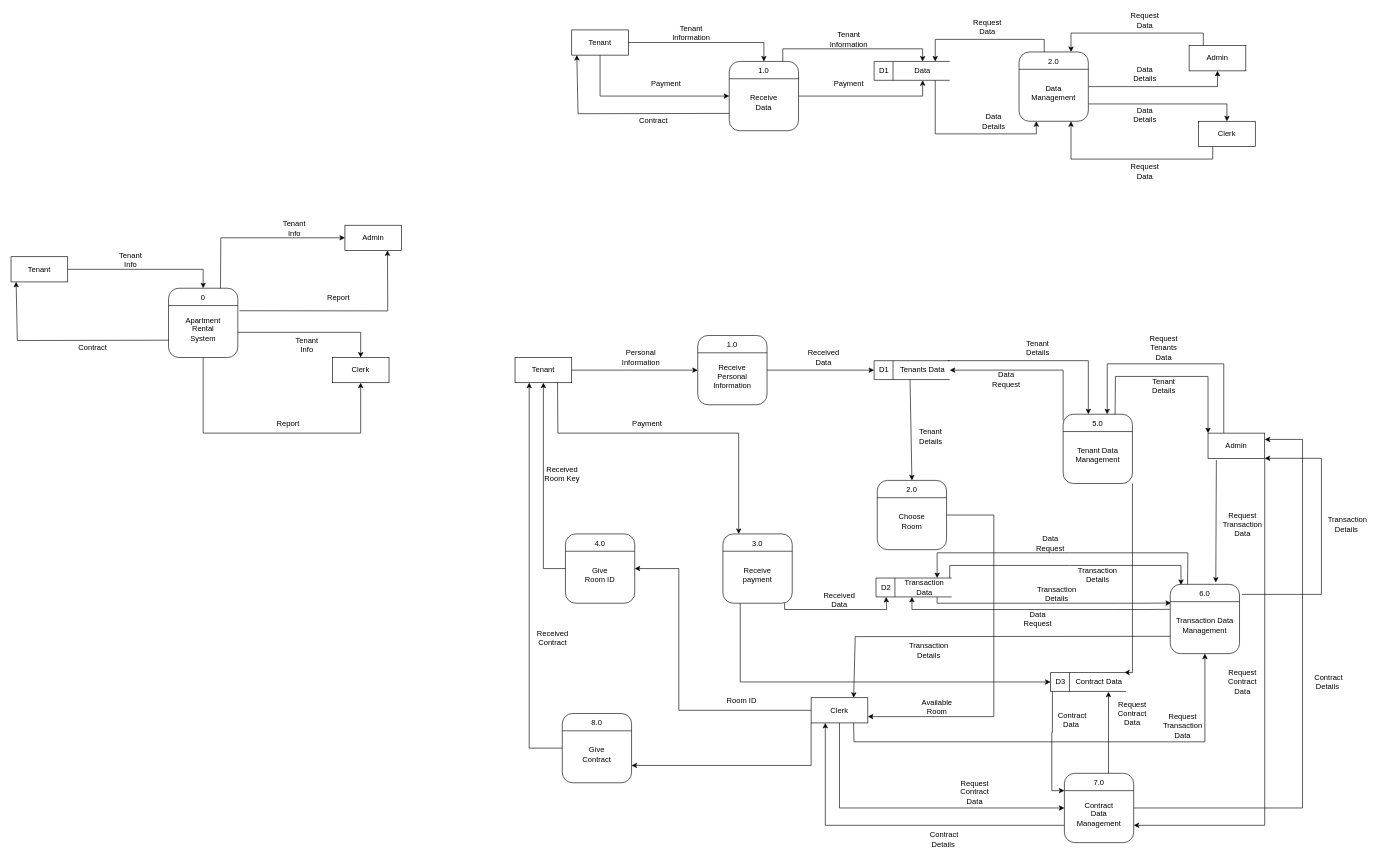
Above: DFD.drawio in Beskiit/DIAGRAMS (draw.io), before the change. Source tidied: cells renumbered, new cells numbered last; positions are measured from the earlier drawing's top-left corner, leaving out a move shared by most shapes. Both pictures are drawn from the tidied source at 63%, with x=0, y=0 at pixel (11, 11).
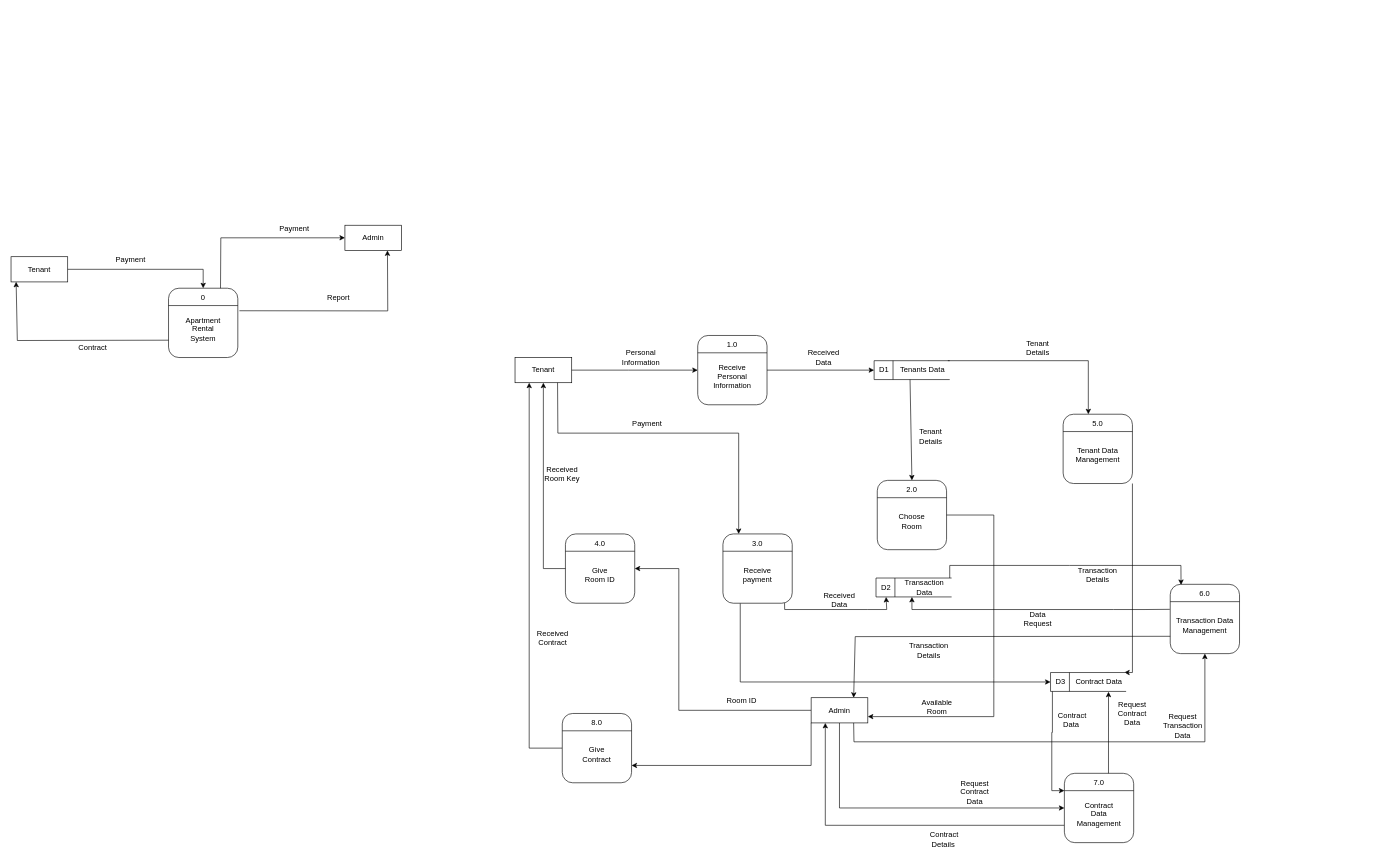
The same page after the edit.

Unchanged cells that the change refers to:
```xml
<mxCell id="2" style="rounded=1;whiteSpace=wrap;html=1;" parent="1" vertex="1">
  <mxGeometry x="250" y="440" width="110" height="110" as="geometry" />
</mxCell>
<mxCell id="25" style="html=1;dashed=0;whiteSpace=wrap;shape=mxgraph.dfd.dataStoreID;align=left;spacingLeft=3;points=[[0,0],[0.5,0],[1,0],[0,0.5],[1,0.5],[0,1],[0.5,1],[1,1]];" parent="1" vertex="1">
  <mxGeometry x="1370" y="555" width="120" height="30" as="geometry" />
</mxCell>
<mxCell id="40" value="Transaction Data" style="text;html=1;align=center;verticalAlign=middle;whiteSpace=wrap;rounded=0;" parent="1" vertex="1">
  <mxGeometry x="1410" y="900" width="80" height="30" as="geometry" />
</mxCell>
<mxCell id="70" style="rounded=1;whiteSpace=wrap;html=1;" parent="1" vertex="1">
  <mxGeometry x="1670" y="640" width="110" height="110" as="geometry" />
</mxCell>
<mxCell id="72" value="5.0" style="text;html=1;align=center;verticalAlign=middle;whiteSpace=wrap;rounded=0;" parent="1" vertex="1">
  <mxGeometry x="1695" y="640" width="60" height="30" as="geometry" />
</mxCell>
<mxCell id="90" style="rounded=1;whiteSpace=wrap;html=1;" parent="1" vertex="1">
  <mxGeometry x="1840" y="910" width="110" height="110" as="geometry" />
</mxCell>
<mxCell id="92" value="6.0" style="text;html=1;align=center;verticalAlign=middle;whiteSpace=wrap;rounded=0;" parent="1" vertex="1">
  <mxGeometry x="1865" y="910" width="60" height="30" as="geometry" />
</mxCell>
<mxCell id="150" style="rounded=1;whiteSpace=wrap;html=1;" parent="1" vertex="1">
  <mxGeometry x="1672" y="1210" width="110" height="110" as="geometry" />
</mxCell>
```

Diff of the diagram source:
```diff
@@
-    <mxCell id="8" style="rounded=0;whiteSpace=wrap;html=1;" parent="1" vertex="1">
-      <mxGeometry x="510" y="550" width="90" height="40" as="geometry" />
-    </mxCell>
-    <mxCell id="9" value="Clerk" style="text;html=1;align=center;verticalAlign=middle;whiteSpace=wrap;rounded=0;" parent="1" vertex="1">
-      <mxGeometry x="525" y="555" width="60" height="30" as="geometry" />
-    </mxCell>
@@
-    <mxCell id="11" value="Tenant Info" style="text;html=1;align=center;verticalAlign=middle;whiteSpace=wrap;rounded=0;" parent="1" vertex="1">
+    <mxCell id="11" value="Payment" style="text;html=1;align=center;verticalAlign=middle;whiteSpace=wrap;rounded=0;" parent="1" vertex="1">
       <mxGeometry x="160" y="380" width="60" height="30" as="geometry" />
     </mxCell>
-    <mxCell id="12" style="endArrow=classic;html=1;rounded=0;entryX=0.5;entryY=0;entryDx=0;entryDy=0;exitX=1;exitY=0.5;exitDx=0;exitDy=0;" parent="1" edge="1" target="8">
-      <mxGeometry relative="1" as="geometry">
-        <mxPoint x="360" y="510" as="sourcePoint" />
-        <Array as="points">
-          <mxPoint x="555" y="510" />
-        </Array>
-      </mxGeometry>
-    </mxCell>
-    <mxCell id="13" value="Tenant Info" style="text;html=1;align=center;verticalAlign=middle;whiteSpace=wrap;rounded=0;" parent="1" vertex="1">
-      <mxGeometry x="440" y="515" width="60" height="30" as="geometry" />
-    </mxCell>
-    <mxCell id="14" style="endArrow=classic;html=1;rounded=0;entryX=0.5;entryY=1;entryDx=0;entryDy=0;exitX=0.5;exitY=1;exitDx=0;exitDy=0;" parent="1" edge="1" source="2" target="8">
-      <mxGeometry relative="1" as="geometry">
-        <Array as="points">
-          <mxPoint x="305" y="670" />
-          <mxPoint x="555" y="670" />
-        </Array>
-      </mxGeometry>
-    </mxCell>
-    <mxCell id="15" value="Report" style="text;html=1;align=center;verticalAlign=middle;whiteSpace=wrap;rounded=0;" parent="1" vertex="1">
-      <mxGeometry x="410" y="640" width="60" height="30" as="geometry" />
-    </mxCell>
@@
-    <mxCell id="55" value="Clerk" style="text;html=1;align=center;verticalAlign=middle;whiteSpace=wrap;rounded=0;" parent="1" vertex="1">
+    <mxCell id="55" value="Admin" style="text;html=1;align=center;verticalAlign=middle;whiteSpace=wrap;rounded=0;" parent="1" vertex="1">
       <mxGeometry x="1285" y="1095" width="60" height="30" as="geometry" />
     </mxCell>
@@
-    <mxCell id="65" value="Tenant Info" style="text;html=1;align=center;verticalAlign=middle;whiteSpace=wrap;rounded=0;" parent="1" vertex="1">
+    <mxCell id="65" value="Payment" style="text;html=1;align=center;verticalAlign=middle;whiteSpace=wrap;rounded=0;" parent="1" vertex="1">
       <mxGeometry x="420" y="330" width="60" height="30" as="geometry" />
     </mxCell>
-    <mxCell id="66" style="edgeStyle=orthogonalEdgeStyle;rounded=0;jettySize=auto;html=1;exitX=1;exitY=1;exitDx=0;exitDy=0;entryX=1;entryY=0.75;entryDx=0;entryDy=0;" parent="1" edge="1" source="67" target="150">
-      <mxGeometry relative="1" as="geometry" />
-    </mxCell>
-    <mxCell id="67" style="rounded=0;whiteSpace=wrap;html=1;" parent="1" vertex="1">
-      <mxGeometry x="1900" y="670" width="90" height="40" as="geometry" />
-    </mxCell>
-    <mxCell id="68" value="Admin" style="text;html=1;align=center;verticalAlign=middle;whiteSpace=wrap;rounded=0;" parent="1" vertex="1">
-      <mxGeometry x="1915" y="675" width="60" height="30" as="geometry" />
-    </mxCell>
@@
-    <mxCell id="75" style="endArrow=classic;html=1;rounded=0;entryX=0.789;entryY=-0.094;entryDx=0;entryDy=0;exitX=0.147;exitY=1.069;exitDx=0;exitDy=0;exitPerimeter=0;entryPerimeter=0;" parent="1" edge="1" source="67" target="92">
-      <mxGeometry relative="1" as="geometry" />
-    </mxCell>
-    <mxCell id="76" value="Request Transaction Data" style="text;html=1;align=center;verticalAlign=middle;whiteSpace=wrap;rounded=0;" parent="1" vertex="1">
-      <mxGeometry x="1925" y="800" width="60" height="30" as="geometry" />
-    </mxCell>
-    <mxCell id="77" style="endArrow=classic;html=1;rounded=0;entryX=0.011;entryY=0.269;entryDx=0;entryDy=0;exitX=0.75;exitY=1;exitDx=0;exitDy=0;entryPerimeter=0;" parent="1" edge="1" source="40" target="90">
-      <mxGeometry relative="1" as="geometry">
-        <Array as="points">
-          <mxPoint x="1470" y="940" />
-          <mxPoint x="1760" y="940" />
-          <mxPoint x="1800" y="940" />
-        </Array>
-      </mxGeometry>
-    </mxCell>
-    <mxCell id="78" value="Transaction Details" style="text;html=1;align=center;verticalAlign=middle;whiteSpace=wrap;rounded=0;" parent="1" vertex="1">
-      <mxGeometry x="1630" y="910" width="60" height="30" as="geometry" />
-    </mxCell>
@@
-    <mxCell id="81" style="endArrow=classic;html=1;rounded=0;entryX=1;entryY=0.5;entryDx=0;entryDy=0;" parent="1" edge="1" target="25">
-      <mxGeometry relative="1" as="geometry">
-        <mxPoint x="1670" y="650" as="sourcePoint" />
-        <Array as="points">
-          <mxPoint x="1670" y="570" />
-        </Array>
-      </mxGeometry>
-    </mxCell>
-    <mxCell id="82" style="endArrow=classic;html=1;rounded=0;entryX=0.75;entryY=0;entryDx=0;entryDy=0;" parent="1" edge="1" target="72">
-      <mxGeometry relative="1" as="geometry">
-        <mxPoint x="1925" y="670" as="sourcePoint" />
-        <Array as="points">
-          <mxPoint x="1925" y="560" />
-          <mxPoint x="1740" y="560" />
-        </Array>
-      </mxGeometry>
-    </mxCell>
-    <mxCell id="83" value="Request Tenants Data" style="text;html=1;align=center;verticalAlign=middle;whiteSpace=wrap;rounded=0;" parent="1" vertex="1">
-      <mxGeometry x="1800" y="520" width="60" height="30" as="geometry" />
-    </mxCell>
-    <mxCell id="84" style="endArrow=classic;html=1;rounded=0;exitX=0.75;exitY=0;exitDx=0;exitDy=0;entryX=0;entryY=0;entryDx=0;entryDy=0;" parent="1" edge="1" source="70" target="67">
-      <mxGeometry relative="1" as="geometry">
-        <Array as="points">
-          <mxPoint x="1753" y="580" />
-          <mxPoint x="1900" y="580" />
-        </Array>
-      </mxGeometry>
-    </mxCell>
-    <mxCell id="85" value="Tenant Details" style="text;html=1;align=center;verticalAlign=middle;whiteSpace=wrap;rounded=0;" parent="1" vertex="1">
-      <mxGeometry x="1800" y="580" width="60" height="30" as="geometry" />
-    </mxCell>
@@
-    <mxCell id="87" value="Data Request" style="text;html=1;align=center;verticalAlign=middle;whiteSpace=wrap;rounded=0;" parent="1" vertex="1">
-      <mxGeometry x="1550" y="570" width="60" height="30" as="geometry" />
-    </mxCell>
@@
-    <mxCell id="98" style="endArrow=classic;html=1;rounded=0;exitX=0.25;exitY=0;exitDx=0;exitDy=0;entryX=0.75;entryY=0;entryDx=0;entryDy=0;" parent="1" edge="1" source="90" target="40">
-      <mxGeometry relative="1" as="geometry">
-        <Array as="points">
-          <mxPoint x="1868" y="860" />
-          <mxPoint x="1680" y="860" />
-          <mxPoint x="1470" y="860" />
-        </Array>
-      </mxGeometry>
-    </mxCell>
@@
-    <mxCell id="101" value="Data Request" style="text;html=1;align=center;verticalAlign=middle;whiteSpace=wrap;rounded=0;" parent="1" vertex="1">
-      <mxGeometry x="1620" y="830" width="60" height="30" as="geometry" />
-    </mxCell>
-    <mxCell id="102" style="endArrow=classic;html=1;rounded=0;exitX=1.036;exitY=0.145;exitDx=0;exitDy=0;exitPerimeter=0;entryX=1;entryY=1;entryDx=0;entryDy=0;" parent="1" edge="1" source="90" target="67">
-      <mxGeometry relative="1" as="geometry">
-        <Array as="points">
-          <mxPoint x="2080" y="926" />
-          <mxPoint x="2080" y="710" />
-        </Array>
-      </mxGeometry>
-    </mxCell>
-    <mxCell id="103" value="&amp;nbsp;Transaction Details" style="text;html=1;align=center;verticalAlign=middle;whiteSpace=wrap;rounded=0;" parent="1" vertex="1">
-      <mxGeometry x="2090" y="800" width="60" height="30" as="geometry" />
-    </mxCell>
@@
-    <mxCell id="105" style="edgeStyle=orthogonalEdgeStyle;rounded=0;jettySize=auto;html=1;exitX=1;exitY=0.5;exitDx=0;exitDy=0;entryX=0.5;entryY=1;entryDx=0;entryDy=0;" parent="1" edge="1" source="106" target="128">
-      <mxGeometry relative="1" as="geometry" />
-    </mxCell>
-    <mxCell id="106" style="rounded=1;whiteSpace=wrap;html=1;" parent="1" vertex="1">
-      <mxGeometry x="1140" y="80" width="110" height="110" as="geometry" />
-    </mxCell>
-    <mxCell id="107" style="endArrow=none;html=1;rounded=0;entryX=1;entryY=0.25;entryDx=0;entryDy=0;exitX=0;exitY=0.25;exitDx=0;exitDy=0;" parent="1" edge="1" source="106" target="106">
-      <mxGeometry relative="1" as="geometry" />
-    </mxCell>
-    <mxCell id="108" style="edgeStyle=orthogonalEdgeStyle;rounded=0;jettySize=auto;html=1;exitX=1;exitY=0;exitDx=0;exitDy=0;entryX=0.5;entryY=0;entryDx=0;entryDy=0;" parent="1" edge="1" source="109" target="128">
-      <mxGeometry relative="1" as="geometry" />
-    </mxCell>
-    <mxCell id="109" value="1.0" style="text;html=1;align=center;verticalAlign=middle;whiteSpace=wrap;rounded=0;" parent="1" vertex="1">
-      <mxGeometry x="1165" y="80" width="60" height="30" as="geometry" />
-    </mxCell>
-    <mxCell id="110" value="Receive Data" style="text;html=1;align=center;verticalAlign=middle;whiteSpace=wrap;rounded=0;" parent="1" vertex="1">
-      <mxGeometry x="1165" y="130" width="60" height="30" as="geometry" />
-    </mxCell>
-    <mxCell id="111" style="edgeStyle=orthogonalEdgeStyle;rounded=0;jettySize=auto;html=1;exitX=0.5;exitY=1;exitDx=0;exitDy=0;entryX=0;entryY=0.5;entryDx=0;entryDy=0;" parent="1" edge="1" source="112" target="106">
-      <mxGeometry relative="1" as="geometry" />
-    </mxCell>
-    <mxCell id="112" style="rounded=0;whiteSpace=wrap;html=1;" parent="1" vertex="1">
-      <mxGeometry x="890" y="30" width="90" height="40" as="geometry" />
-    </mxCell>
-    <mxCell id="113" value="Tenant" style="text;html=1;align=center;verticalAlign=middle;whiteSpace=wrap;rounded=0;" parent="1" vertex="1">
-      <mxGeometry x="905" y="35" width="60" height="30" as="geometry" />
-    </mxCell>
-    <mxCell id="114" style="edgeStyle=orthogonalEdgeStyle;rounded=0;jettySize=auto;html=1;exitX=0.25;exitY=1;exitDx=0;exitDy=0;entryX=0.75;entryY=1;entryDx=0;entryDy=0;" parent="1" edge="1" source="115" target="132">
-      <mxGeometry relative="1" as="geometry" />
-    </mxCell>
-    <mxCell id="115" style="rounded=0;whiteSpace=wrap;html=1;" parent="1" vertex="1">
-      <mxGeometry x="1885" y="175" width="90" height="40" as="geometry" />
-    </mxCell>
-    <mxCell id="116" value="Clerk" style="text;html=1;align=center;verticalAlign=middle;whiteSpace=wrap;rounded=0;" parent="1" vertex="1">
-      <mxGeometry x="1900" y="180" width="60" height="30" as="geometry" />
-    </mxCell>
-    <mxCell id="117" style="endArrow=classic;html=1;rounded=0;entryX=0.5;entryY=0;entryDx=0;entryDy=0;exitX=1;exitY=0.5;exitDx=0;exitDy=0;" parent="1" edge="1" source="112" target="109">
-      <mxGeometry relative="1" as="geometry">
-        <Array as="points">
-          <mxPoint x="1195" y="50" />
-        </Array>
-      </mxGeometry>
-    </mxCell>
-    <mxCell id="118" value="Tenant Information" style="text;html=1;align=center;verticalAlign=middle;whiteSpace=wrap;rounded=0;" parent="1" vertex="1">
-      <mxGeometry x="1050" y="20" width="60" height="30" as="geometry" />
-    </mxCell>
-    <mxCell id="119" style="endArrow=classic;html=1;rounded=0;entryX=0.09;entryY=0.997;entryDx=0;entryDy=0;entryPerimeter=0;exitX=0;exitY=0.75;exitDx=0;exitDy=0;" parent="1" edge="1" source="106" target="112">
-      <mxGeometry relative="1" as="geometry">
-        <Array as="points">
-          <mxPoint x="900" y="163" />
-        </Array>
-      </mxGeometry>
-    </mxCell>
-    <mxCell id="120" style="edgeStyle=orthogonalEdgeStyle;rounded=0;jettySize=auto;html=1;exitX=0.25;exitY=0;exitDx=0;exitDy=0;entryX=0.75;entryY=0;entryDx=0;entryDy=0;" parent="1" edge="1" source="121" target="132">
-      <mxGeometry relative="1" as="geometry" />
-    </mxCell>
-    <mxCell id="121" style="rounded=0;whiteSpace=wrap;html=1;" parent="1" vertex="1">
-      <mxGeometry x="1870" y="55" width="90" height="40" as="geometry" />
-    </mxCell>
-    <mxCell id="122" value="Admin" style="text;html=1;align=center;verticalAlign=middle;whiteSpace=wrap;rounded=0;" parent="1" vertex="1">
-      <mxGeometry x="1885" y="60" width="60" height="30" as="geometry" />
-    </mxCell>
-    <mxCell id="123" value="Request Data" style="text;html=1;align=center;verticalAlign=middle;whiteSpace=wrap;rounded=0;" parent="1" vertex="1">
-      <mxGeometry x="1520" y="10" width="60" height="30" as="geometry" />
-    </mxCell>
-    <mxCell id="124" value="Tenant Information" style="text;html=1;align=center;verticalAlign=middle;whiteSpace=wrap;rounded=0;" parent="1" vertex="1">
-      <mxGeometry x="1300" y="30" width="60" height="30" as="geometry" />
-    </mxCell>
-    <mxCell id="125" value="Contract" style="text;html=1;align=center;verticalAlign=middle;whiteSpace=wrap;rounded=0;" parent="1" vertex="1">
-      <mxGeometry x="990" y="160" width="60" height="30" as="geometry" />
-    </mxCell>
-    <mxCell id="126" style="html=1;dashed=0;whiteSpace=wrap;shape=mxgraph.dfd.dataStoreID;align=left;spacingLeft=3;" parent="1" vertex="1">
-      <mxGeometry x="1370" y="80" width="120" height="30" as="geometry" />
-    </mxCell>
-    <mxCell id="127" style="edgeStyle=orthogonalEdgeStyle;rounded=0;jettySize=auto;html=1;exitX=0.75;exitY=1;exitDx=0;exitDy=0;entryX=0.25;entryY=1;entryDx=0;entryDy=0;" parent="1" edge="1" source="128" target="132">
-      <mxGeometry relative="1" as="geometry" />
-    </mxCell>
-    <mxCell id="128" value="Data" style="text;html=1;align=center;verticalAlign=middle;whiteSpace=wrap;rounded=0;" parent="1" vertex="1">
-      <mxGeometry x="1407" y="80" width="80" height="30" as="geometry" />
-    </mxCell>
-    <mxCell id="129" value="D1" style="text;html=1;align=center;verticalAlign=middle;whiteSpace=wrap;rounded=0;" parent="1" vertex="1">
-      <mxGeometry x="1373" y="80" width="26" height="30" as="geometry" />
-    </mxCell>
-    <mxCell id="130" style="edgeStyle=orthogonalEdgeStyle;rounded=0;jettySize=auto;html=1;exitX=1;exitY=0.75;exitDx=0;exitDy=0;entryX=0.5;entryY=0;entryDx=0;entryDy=0;" parent="1" edge="1" source="132" target="115">
-      <mxGeometry relative="1" as="geometry" />
-    </mxCell>
-    <mxCell id="131" style="edgeStyle=orthogonalEdgeStyle;rounded=0;jettySize=auto;html=1;exitX=1;exitY=0.5;exitDx=0;exitDy=0;entryX=0.5;entryY=1;entryDx=0;entryDy=0;" parent="1" edge="1" source="132" target="121">
-      <mxGeometry relative="1" as="geometry">
-        <Array as="points">
-          <mxPoint x="1915" y="120" />
-        </Array>
-      </mxGeometry>
-    </mxCell>
-    <mxCell id="132" style="rounded=1;whiteSpace=wrap;html=1;" parent="1" vertex="1">
-      <mxGeometry x="1600" y="65" width="110" height="110" as="geometry" />
-    </mxCell>
-    <mxCell id="133" style="endArrow=none;html=1;rounded=0;entryX=1;entryY=0.25;entryDx=0;entryDy=0;exitX=0;exitY=0.25;exitDx=0;exitDy=0;elbow=vertical;" parent="1" edge="1" source="132" target="132">
-      <mxGeometry relative="1" as="geometry" />
-    </mxCell>
-    <mxCell id="134" style="edgeStyle=orthogonalEdgeStyle;rounded=0;jettySize=auto;html=1;exitX=0.25;exitY=0;exitDx=0;exitDy=0;entryX=0.75;entryY=0;entryDx=0;entryDy=0;" parent="1" edge="1" source="135" target="128">
-      <mxGeometry relative="1" as="geometry" />
-    </mxCell>
-    <mxCell id="135" value="2.0" style="text;html=1;align=center;verticalAlign=middle;whiteSpace=wrap;rounded=0;" parent="1" vertex="1">
-      <mxGeometry x="1625" y="65" width="60" height="30" as="geometry" />
-    </mxCell>
-    <mxCell id="136" value="Data Management" style="text;html=1;align=center;verticalAlign=middle;whiteSpace=wrap;rounded=0;" parent="1" vertex="1">
-      <mxGeometry x="1625" y="115" width="60" height="30" as="geometry" />
-    </mxCell>
-    <mxCell id="137" value="Payment" style="text;html=1;align=center;verticalAlign=middle;whiteSpace=wrap;rounded=0;" parent="1" vertex="1">
-      <mxGeometry x="1010" y="100" width="60" height="30" as="geometry" />
-    </mxCell>
-    <mxCell id="138" value="Payment" style="text;html=1;align=center;verticalAlign=middle;whiteSpace=wrap;rounded=0;" parent="1" vertex="1">
-      <mxGeometry x="1300" y="100" width="60" height="30" as="geometry" />
-    </mxCell>
-    <mxCell id="139" value="Data Details" style="text;html=1;align=center;verticalAlign=middle;whiteSpace=wrap;rounded=0;" parent="1" vertex="1">
-      <mxGeometry x="1530" y="160" width="60" height="30" as="geometry" />
-    </mxCell>
-    <mxCell id="140" value="Request Data" style="text;html=1;align=center;verticalAlign=middle;whiteSpace=wrap;rounded=0;" parent="1" vertex="1">
-      <mxGeometry x="1770" width="60" height="30" as="geometry" />
-    </mxCell>
-    <mxCell id="141" value="Request Data" style="text;html=1;align=center;verticalAlign=middle;whiteSpace=wrap;rounded=0;" parent="1" vertex="1">
-      <mxGeometry x="1770" y="240" width="60" height="30" as="geometry" />
-    </mxCell>
-    <mxCell id="142" value="Data Details" style="text;html=1;align=center;verticalAlign=middle;whiteSpace=wrap;rounded=0;" parent="1" vertex="1">
-      <mxGeometry x="1770" y="150" width="60" height="30" as="geometry" />
-    </mxCell>
-    <mxCell id="143" value="Data Details" style="text;html=1;align=center;verticalAlign=middle;whiteSpace=wrap;rounded=0;" parent="1" vertex="1">
-      <mxGeometry x="1770" y="85" width="60" height="30" as="geometry" />
-    </mxCell>
@@
-    <mxCell id="148" style="edgeStyle=orthogonalEdgeStyle;rounded=0;jettySize=auto;html=1;exitX=1;exitY=0.5;exitDx=0;exitDy=0;entryX=1;entryY=0.25;entryDx=0;entryDy=0;" parent="1" edge="1" source="150" target="67">
-      <mxGeometry relative="1" as="geometry">
-        <Array as="points">
-          <mxPoint x="2050" y="1265" />
-          <mxPoint x="2050" y="680" />
-        </Array>
-      </mxGeometry>
-    </mxCell>
@@
-    <mxCell id="163" value="&amp;nbsp;Contract Details" style="text;html=1;align=center;verticalAlign=middle;whiteSpace=wrap;rounded=0;" parent="1" vertex="1">
-      <mxGeometry x="2060" y="1050" width="60" height="30" as="geometry" />
-    </mxCell>
-    <mxCell id="164" value="Request Contract Data" style="text;html=1;align=center;verticalAlign=middle;whiteSpace=wrap;rounded=0;" parent="1" vertex="1">
-      <mxGeometry x="1925" y="1050" width="60" height="30" as="geometry" />
-    </mxCell>
```
